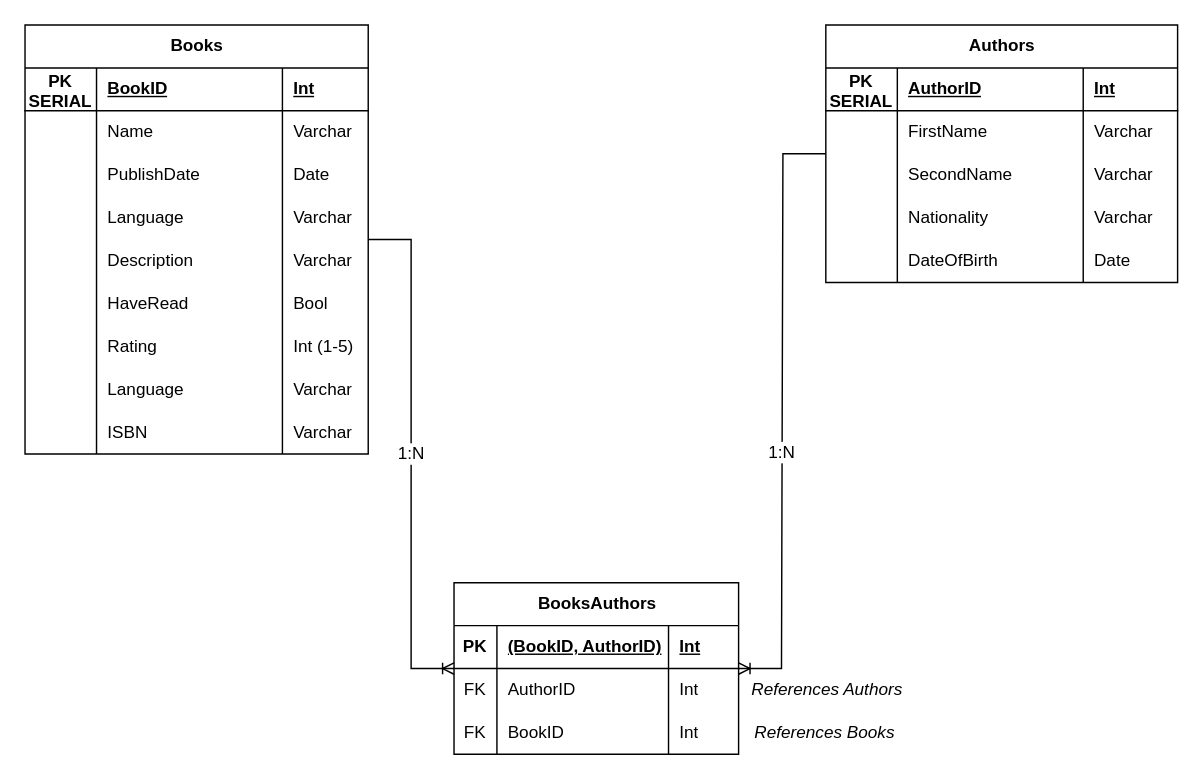
Earlier version of the draw.io diagram navrhy/DB navrh - elektlabs.drawio (MatyasBalcar/elektlabs-staz). Source tidied: cells renumbered, new cells numbered last; positions are measured from the earlier drawing's top-left corner, leaving out a move shared by most shapes. Both pictures are drawn from the tidied source at 143%, with x=0, y=0 at pixel (24, 24).
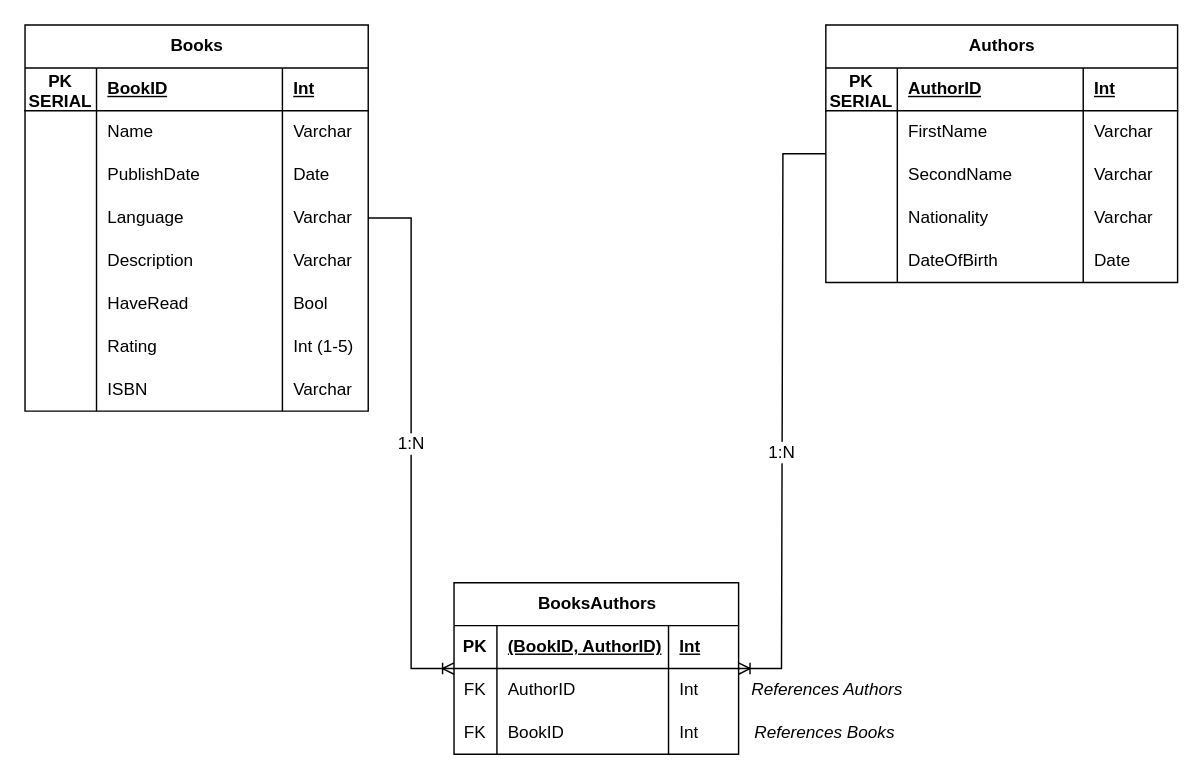
Above is the later version.

Commit message:
fix double language row in db diagram

Change to the diagram source:
```diff
@@
     <mxCell id="2" value="Books" style="shape=table;startSize=30;childLayout=tableLayout;rowLines=0;fontStyle=1;align=center;html=1;rounded=0;" parent="1" vertex="1">
-      <mxGeometry width="240" height="300" as="geometry" />
+      <mxGeometry width="240" height="270" as="geometry" />
     </mxCell>
@@
-    <mxCell id="31" style="shape=tableRow;horizontal=0;startSize=0;swimlaneHead=0;swimlaneBody=0;fillColor=none;top=0;left=0;right=0;bottom=0;rounded=0;" parent="2" vertex="1">
-      <mxGeometry y="240" width="240" height="30" as="geometry" />
-    </mxCell>
-    <mxCell id="32" style="shape=partialRectangle;fillColor=none;top=0;left=0;bottom=0;right=0;overflow=hidden;whiteSpace=wrap;html=1;rounded=0;" parent="31" vertex="1">
-      <mxGeometry width="50" height="30" as="geometry" />
-    </mxCell>
-    <mxCell id="33" value="Language" style="shape=partialRectangle;fillColor=none;top=0;left=0;bottom=0;right=0;align=left;spacingLeft=6;overflow=hidden;whiteSpace=wrap;html=1;rounded=0;" parent="31" vertex="1">
-      <mxGeometry x="50" width="130" height="30" as="geometry" />
-    </mxCell>
-    <mxCell id="34" value="Varchar" style="shape=partialRectangle;fillColor=none;top=0;left=0;bottom=0;right=0;align=left;spacingLeft=6;overflow=hidden;whiteSpace=wrap;html=1;rounded=0;" parent="31" vertex="1">
-      <mxGeometry x="180" width="60" height="30" as="geometry" />
-    </mxCell>
     <mxCell id="35" style="shape=tableRow;horizontal=0;startSize=0;swimlaneHead=0;swimlaneBody=0;fillColor=none;top=0;left=0;right=0;bottom=0;rounded=0;" parent="2" vertex="1">
-      <mxGeometry y="270" width="240" height="30" as="geometry" />
+      <mxGeometry y="240" width="240" height="30" as="geometry" />
     </mxCell>
```
